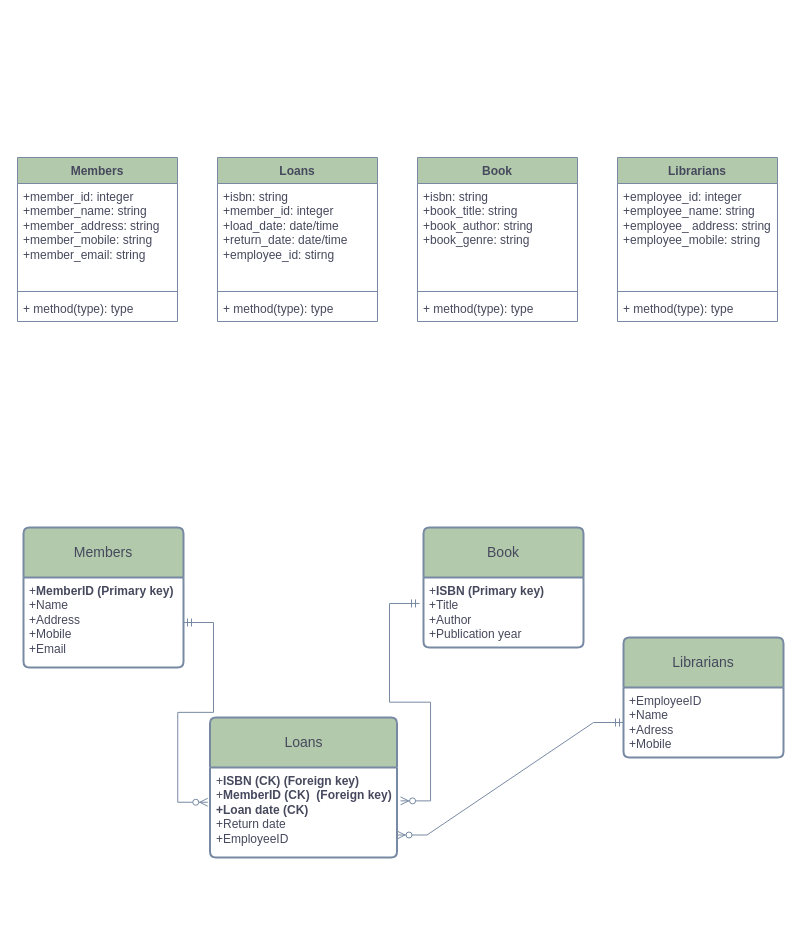
The draw.io diagram LibraryERD.drawio in jessicapollard/at1, before the edit. Source tidied: cells renumbered, new cells numbered last; positions are measured from the earlier drawing's top-left corner, leaving out a move shared by most shapes. Both pictures are drawn from the tidied source at 100%, with x=0, y=0 at pixel (17, 157).
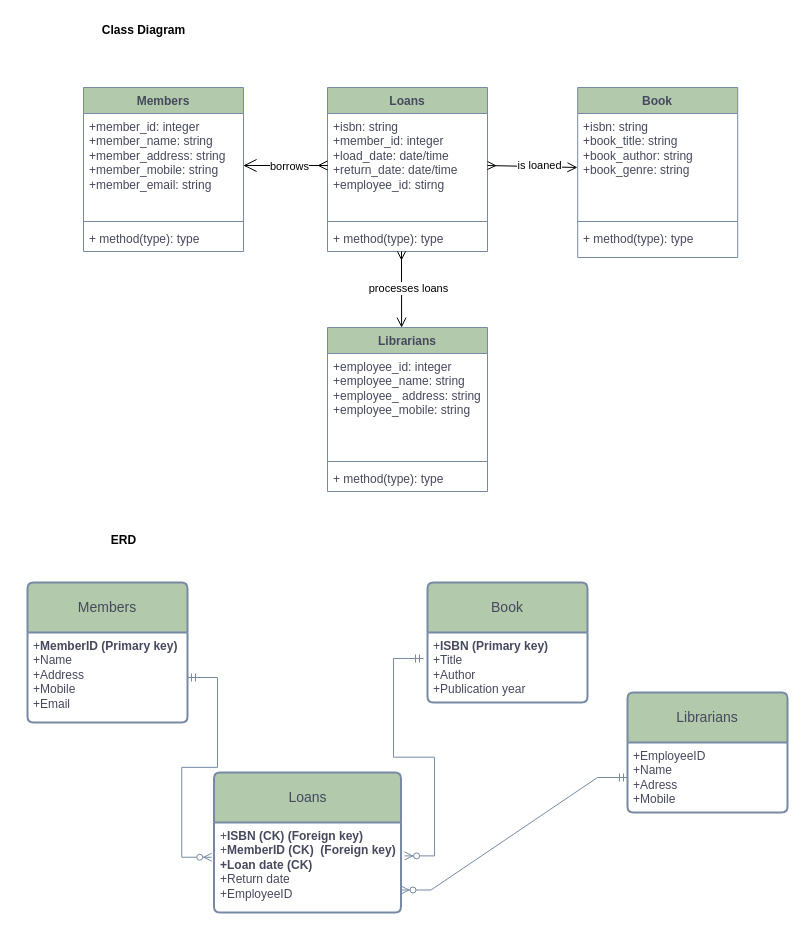
Above is the later version.

Commit message:
class diagram example added.drawio

Unchanged cells that the change refers to:
```xml
<mxCell id="3" value="+&lt;b&gt;ISBN (Primary key)&lt;br&gt;&lt;/b&gt;+Title&lt;br&gt;+Author&lt;div&gt;+Publication year&lt;/div&gt;" style="align=left;strokeColor=none;fillColor=none;spacingLeft=4;fontSize=12;verticalAlign=top;html=1;labelBackgroundColor=none;fontColor=#46495D;" parent="2" vertex="1">
  <mxGeometry y="50" width="160" height="70" as="geometry" />
</mxCell>
<mxCell id="7" value="+&lt;b&gt;ISBN (CK) (Foreign key)&lt;/b&gt;&lt;div&gt;+&lt;b&gt;MemberID (CK)&amp;nbsp; (Foreign key)&lt;/b&gt;&lt;br&gt;&lt;div&gt;&lt;b&gt;+Loan date (CK)&lt;/b&gt;&lt;div&gt;+Return date&lt;/div&gt;&lt;div&gt;+EmployeeID&lt;/div&gt;&lt;div&gt;&lt;br&gt;&lt;/div&gt;&lt;/div&gt;&lt;/div&gt;" style="align=left;strokeColor=none;fillColor=none;spacingLeft=4;fontSize=12;verticalAlign=top;html=1;labelBackgroundColor=none;fontColor=#46495D;" parent="6" vertex="1">
  <mxGeometry y="50" width="187" height="90" as="geometry" />
</mxCell>
<mxCell id="14" value="&lt;div&gt;&lt;span style=&quot;background-color: initial;&quot;&gt;+isbn: string&lt;/span&gt;&lt;/div&gt;&lt;div&gt;&lt;span style=&quot;background-color: initial;&quot;&gt;+member_id: integer&lt;/span&gt;&lt;div&gt;&lt;span style=&quot;background-color: initial;&quot;&gt;+load_date: date/time&lt;/span&gt;&lt;div&gt;&lt;div&gt;+return_date: date/time&lt;/div&gt;&lt;div&gt;+employee_id: stirng&lt;/div&gt;&lt;div&gt;&lt;br style=&quot;text-wrap: nowrap;&quot;&gt;&lt;/div&gt;&lt;/div&gt;&lt;/div&gt;&lt;/div&gt;" style="text;strokeColor=none;fillColor=none;align=left;verticalAlign=top;spacingLeft=4;spacingRight=4;overflow=hidden;points=[[0,0.5],[1,0.5]];portConstraint=eastwest;whiteSpace=wrap;html=1;fontColor=#46495D;" parent="13" vertex="1">
  <mxGeometry y="26" width="160" height="104" as="geometry" />
</mxCell>
<mxCell id="26" value="&lt;div&gt;&lt;span style=&quot;background-color: initial; text-wrap: nowrap;&quot;&gt;+member_id: integer&lt;/span&gt;&lt;span style=&quot;background-color: initial; text-wrap: nowrap;&quot;&gt;&amp;nbsp;&lt;/span&gt;&lt;/div&gt;&lt;div style=&quot;text-wrap: nowrap;&quot;&gt;+member_name: string&lt;/div&gt;&lt;div style=&quot;text-wrap: nowrap;&quot;&gt;&lt;span style=&quot;background-color: initial;&quot;&gt;+member_address: string&lt;/span&gt;&lt;/div&gt;&lt;div style=&quot;text-wrap: nowrap;&quot;&gt;+member_mobile: string&lt;/div&gt;&lt;div style=&quot;text-wrap: nowrap;&quot;&gt;+member_email: string&lt;/div&gt;" style="text;strokeColor=none;fillColor=none;align=left;verticalAlign=top;spacingLeft=4;spacingRight=4;overflow=hidden;points=[[0,0.5],[1,0.5]];portConstraint=eastwest;whiteSpace=wrap;html=1;fontColor=#46495D;" parent="25" vertex="1">
  <mxGeometry y="26" width="160" height="104" as="geometry" />
</mxCell>
```

What changed in the source:
```diff
@@
     <mxCell id="2" value="Book" style="swimlane;horizontal=1;startSize=50;rounded=1;fontSize=14;fontStyle=0;strokeWidth=2;shadow=0;dashed=0;align=center;arcSize=4;whiteSpace=wrap;html=1;labelBackgroundColor=none;fillColor=#B2C9AB;strokeColor=#788AA3;fontColor=#46495D;" parent="1" vertex="1">
-      <mxGeometry x="406" y="370" width="160" height="120" as="geometry" />
+      <mxGeometry x="410" y="425" width="160" height="120" as="geometry" />
     </mxCell>
@@
     <mxCell id="4" value="Members" style="swimlane;horizontal=1;startSize=50;rounded=1;fontSize=14;fontStyle=0;strokeWidth=2;shadow=0;dashed=0;align=center;arcSize=4;whiteSpace=wrap;html=1;labelBackgroundColor=none;fillColor=#B2C9AB;strokeColor=#788AA3;fontColor=#46495D;" parent="1" vertex="1">
-      <mxGeometry x="6" y="370" width="160" height="140" as="geometry" />
+      <mxGeometry x="10" y="425" width="160" height="140" as="geometry" />
     </mxCell>
@@
     <mxCell id="6" value="Loans" style="swimlane;horizontal=1;startSize=50;rounded=1;fontSize=14;fontStyle=0;strokeWidth=2;shadow=0;dashed=0;align=center;arcSize=4;whiteSpace=wrap;html=1;labelBackgroundColor=none;fillColor=#B2C9AB;strokeColor=#788AA3;fontColor=#46495D;" parent="1" vertex="1">
-      <mxGeometry x="192.5" y="560" width="187" height="140" as="geometry" />
+      <mxGeometry x="196.5" y="615" width="187" height="140" as="geometry" />
     </mxCell>
@@
     <mxCell id="8" value="Librarians" style="swimlane;horizontal=1;startSize=50;rounded=1;fontSize=14;fontStyle=0;strokeWidth=2;shadow=0;dashed=0;align=center;arcSize=4;whiteSpace=wrap;html=1;labelBackgroundColor=none;fillColor=#B2C9AB;strokeColor=#788AA3;fontColor=#46495D;" parent="1" vertex="1">
-      <mxGeometry x="606" y="480" width="160" height="120" as="geometry" />
+      <mxGeometry x="610" y="535" width="160" height="120" as="geometry" />
     </mxCell>
@@
     <mxCell id="11" style="edgeStyle=entityRelationEdgeStyle;fontSize=12;html=1;endArrow=ERzeroToMany;startArrow=ERmandOne;rounded=0;exitX=-0.025;exitY=0.371;exitDx=0;exitDy=0;exitPerimeter=0;entryX=1.019;entryY=0.371;entryDx=0;entryDy=0;entryPerimeter=0;labelBackgroundColor=none;strokeColor=#788AA3;fontColor=default;" parent="1" edge="1" source="3" target="7">
       <mxGeometry relative="1" as="geometry">
         <Array as="points">
-          <mxPoint x="396" y="440" />
-          <mxPoint x="396" y="450" />
-          <mxPoint x="406" y="450" />
+          <mxPoint x="400" y="495" />
+          <mxPoint x="400" y="505" />
+          <mxPoint x="410" y="505" />
         </Array>
       </mxGeometry>
     </mxCell>
@@
     <mxCell id="13" value="Loans" style="swimlane;fontStyle=1;align=center;verticalAlign=top;horizontal=1;startSize=26;whiteSpace=wrap;html=1;strokeColor=#788AA3;fontColor=#46495D;fillColor=#B2C9AB;" parent="1" vertex="1">
-      <mxGeometry x="200" width="160" height="164" as="geometry" />
+      <mxGeometry x="310" y="-70" width="160" height="164" as="geometry" />
     </mxCell>
@@
     <mxCell id="17" value="Librarians&lt;div&gt;&lt;br&gt;&lt;/div&gt;" style="swimlane;fontStyle=1;align=center;verticalAlign=top;horizontal=1;startSize=26;whiteSpace=wrap;html=1;strokeColor=#788AA3;fontColor=#46495D;fillColor=#B2C9AB;" parent="1" vertex="1">
-      <mxGeometry x="600" width="160" height="164" as="geometry" />
+      <mxGeometry x="310" y="170" width="160" height="164" as="geometry" />
     </mxCell>
@@
     <mxCell id="21" value="Book" style="swimlane;fontStyle=1;align=center;verticalAlign=top;horizontal=1;startSize=26;whiteSpace=wrap;html=1;strokeColor=#788AA3;fontColor=#46495D;fillColor=#B2C9AB;" parent="1" vertex="1">
-      <mxGeometry x="400" width="160" height="164" as="geometry" />
+      <mxGeometry x="560.2" y="-70" width="160" height="170" as="geometry" />
     </mxCell>
@@
     <mxCell id="24" value="+ method(type): type" style="text;strokeColor=none;fillColor=none;align=left;verticalAlign=top;spacingLeft=4;spacingRight=4;overflow=hidden;whiteSpace=wrap;html=1;fontColor=#46495D;" parent="21" vertex="1">
-      <mxGeometry y="138" width="160" height="26" as="geometry" />
+      <mxGeometry y="138" width="160" height="32" as="geometry" />
     </mxCell>
     <mxCell id="25" value="Members" style="swimlane;fontStyle=1;align=center;verticalAlign=top;horizontal=1;startSize=26;whiteSpace=wrap;html=1;strokeColor=#788AA3;fontColor=#46495D;fillColor=#B2C9AB;" parent="1" vertex="1">
-      <mxGeometry width="160" height="164" as="geometry" />
+      <mxGeometry x="66" y="-70" width="160" height="164" as="geometry" />
     </mxCell>
@@
+    <mxCell id="29" style="endArrow=open;endFill=1;endSize=11;html=1;rounded=0;entryX=1;entryY=0.5;entryDx=0;entryDy=0;exitX=0;exitY=0.5;exitDx=0;exitDy=0;startArrow=ERmany;startFill=0;startSize=7;" parent="1" edge="1" source="14" target="26">
+      <mxGeometry relative="1" as="geometry" />
+    </mxCell>
+    <mxCell id="30" style="endArrow=open;endFill=1;endSize=8;html=1;rounded=0;startArrow=ERmany;startFill=0;exitX=1;exitY=0.5;exitDx=0;exitDy=0;" parent="1" edge="1" source="14">
+      <mxGeometry relative="1" as="geometry">
+        <mxPoint x="560" y="10" as="targetPoint" />
+      </mxGeometry>
+    </mxCell>
+    <mxCell id="31" value="is loaned" style="edgeLabel;html=1;align=center;verticalAlign=middle;" parent="30" vertex="1">
+      <mxGeometry x="0.03" relative="1" as="geometry">
+        <mxPoint x="6" y="-2" as="offset" />
+      </mxGeometry>
+    </mxCell>
+    <mxCell id="32" style="edgeStyle=orthogonalEdgeStyle;rounded=0;jettySize=auto;html=1;strokeColor=#000000;startSize=6;endSize=0;" parent="1" edge="1" source="14" target="26">
+      <mxGeometry relative="1" as="geometry" />
+    </mxCell>
+    <mxCell id="33" value="borrows" style="edgeLabel;html=1;align=center;verticalAlign=middle;" parent="32" vertex="1">
+      <mxGeometry x="-0.07" relative="1" as="geometry" />
+    </mxCell>
+    <mxCell id="34" style="endArrow=open;endFill=1;endSize=8;html=1;rounded=0;startArrow=ERmany;startFill=0;entryX=0.463;entryY=0.001;entryDx=0;entryDy=0;entryPerimeter=0;" parent="1" edge="1" target="17">
+      <mxGeometry relative="1" as="geometry">
+        <mxPoint x="384" y="94" as="sourcePoint" />
+      </mxGeometry>
+    </mxCell>
+    <mxCell id="35" value="processes loans" style="edgeLabel;html=1;align=center;verticalAlign=middle;" parent="34" vertex="1">
+      <mxGeometry x="0.03" relative="1" as="geometry">
+        <mxPoint x="6" y="-2" as="offset" />
+      </mxGeometry>
+    </mxCell>
+    <mxCell id="36" value="Class Diagram" style="text;align=center;fontStyle=1;verticalAlign=middle;spacingLeft=3;spacingRight=3;strokeColor=none;html=1;" parent="1" vertex="1">
+      <mxGeometry x="86" y="-140" width="80" height="26" as="geometry" />
+    </mxCell>
+    <mxCell id="37" value="ERD" style="text;align=center;fontStyle=1;verticalAlign=middle;spacingLeft=3;spacingRight=3;strokeColor=none;html=1;" parent="1" vertex="1">
+      <mxGeometry x="66" y="370" width="80" height="26" as="geometry" />
+    </mxCell>
```
